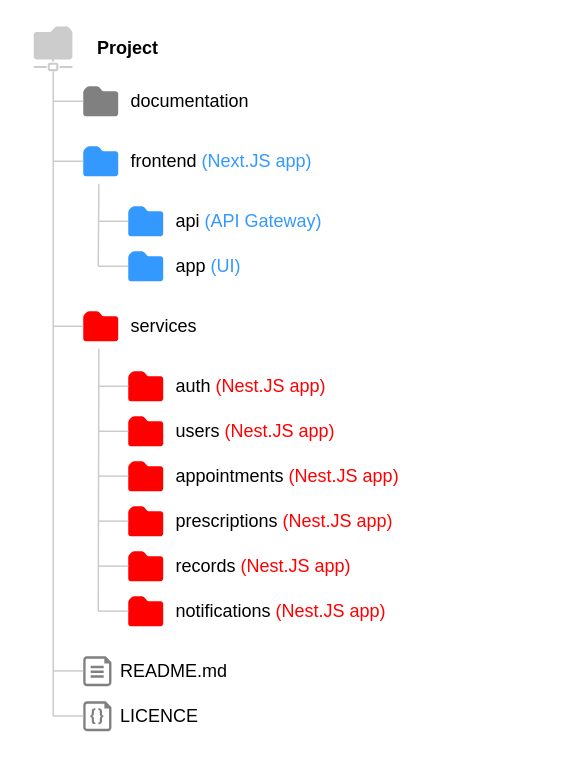
e-idrissa/sa-ass keeps this draw.io diagram as doc/diagrams/folder-structure.drawio. Above is the earlier version. Source tidied: cells renumbered, new cells numbered last; positions are measured from the earlier drawing's top-left corner, leaving out a move shared by most shapes. Both pictures are drawn from the tidied source at 150%, with x=0, y=0 at pixel (33, 26).
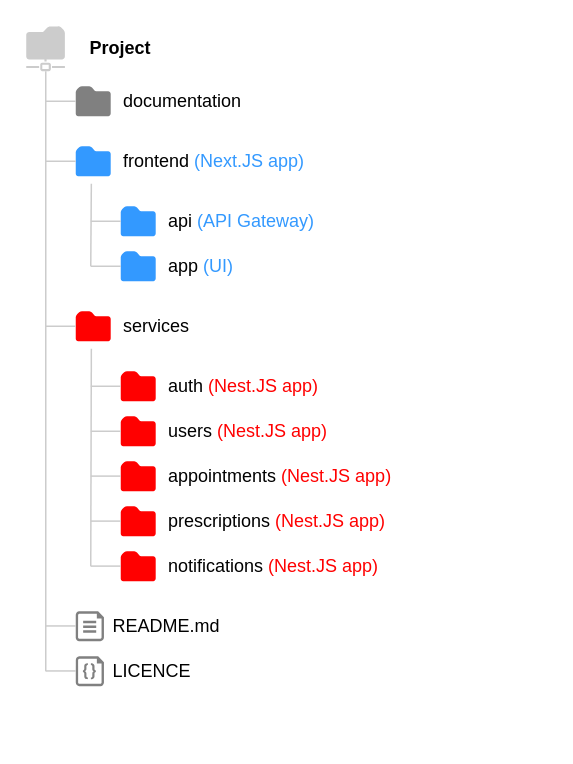
The same diagram, later.

What changed in the source:
```diff
@@
-    <mxCell id="2" style="group;" parent="1" vertex="1">
-      <mxGeometry width="343" height="475" as="geometry" />
-    </mxCell>
+    <mxCell id="47" style="group;" parent="1" vertex="1">
+      <mxGeometry x="-5" width="343" height="445" as="geometry" />
+    </mxCell>
-    <mxCell id="3" value="&lt;font face=&quot;Fira Code&quot;&gt;&lt;b&gt;Project&lt;/b&gt;&lt;/font&gt;" style="text;html=1;align=center;verticalAlign=middle;whiteSpace=wrap;rounded=0;" parent="2" vertex="1">
+    <mxCell id="3" value="&lt;font face=&quot;Fira Code&quot;&gt;&lt;b&gt;Project&lt;/b&gt;&lt;/font&gt;" style="text;html=1;align=center;verticalAlign=middle;whiteSpace=wrap;rounded=0;" parent="47" vertex="1">
       <mxGeometry x="33" width="60" height="30" as="geometry" />
     </mxCell>
-    <mxCell id="4" style="endArrow=none;html=1;rounded=0;strokeColor=#CCCCCC;" parent="2" edge="1">
+    <mxCell id="4" style="endArrow=none;html=1;rounded=0;strokeColor=#CCCCCC;" parent="47" edge="1">
       <mxGeometry relative="1" as="geometry">
-        <mxPoint x="13" y="460" as="sourcePoint" />
+        <mxPoint x="13" y="430" as="sourcePoint" />
         <mxPoint x="13" y="30" as="targetPoint" />
       </mxGeometry>
     </mxCell>
-    <mxCell id="5" style="sketch=0;shadow=0;dashed=0;html=1;strokeColor=none;labelPosition=center;verticalLabelPosition=bottom;verticalAlign=top;align=center;fillColor=#808080;shape=mxgraph.mscae.enterprise.folder;" parent="2" vertex="1">
+    <mxCell id="5" style="sketch=0;shadow=0;dashed=0;html=1;strokeColor=none;labelPosition=center;verticalLabelPosition=bottom;verticalAlign=top;align=center;fillColor=#808080;shape=mxgraph.mscae.enterprise.folder;" parent="47" vertex="1">
       <mxGeometry x="33" y="40" width="23.3" height="20" as="geometry" />
     </mxCell>
-    <mxCell id="6" style="endArrow=none;html=1;rounded=0;strokeColor=#CCCCCC;entryX=0;entryY=0.5;entryDx=0;entryDy=0;entryPerimeter=0;" parent="2" edge="1" target="5">
+    <mxCell id="6" style="endArrow=none;html=1;rounded=0;strokeColor=#CCCCCC;entryX=0;entryY=0.5;entryDx=0;entryDy=0;entryPerimeter=0;" parent="47" edge="1" target="5">
       <mxGeometry relative="1" as="geometry">
         <mxPoint x="13" y="50" as="sourcePoint" />
       </mxGeometry>
     </mxCell>
-    <mxCell id="7" value="&lt;font face=&quot;Fira Code&quot;&gt;documentation&lt;/font&gt;" style="text;html=1;align=left;verticalAlign=middle;whiteSpace=wrap;rounded=0;" parent="2" vertex="1">
+    <mxCell id="7" value="&lt;font face=&quot;Fira Code&quot;&gt;documentation&lt;/font&gt;" style="text;html=1;align=left;verticalAlign=middle;whiteSpace=wrap;rounded=0;" parent="47" vertex="1">
       <mxGeometry x="63" y="35" width="100" height="30" as="geometry" />
     </mxCell>
-    <mxCell id="8" style="sketch=0;shadow=0;dashed=0;html=1;strokeColor=none;labelPosition=center;verticalLabelPosition=bottom;verticalAlign=top;align=center;fillColor=#3399FF;shape=mxgraph.mscae.enterprise.folder;" parent="2" vertex="1">
+    <mxCell id="8" style="sketch=0;shadow=0;dashed=0;html=1;strokeColor=none;labelPosition=center;verticalLabelPosition=bottom;verticalAlign=top;align=center;fillColor=#3399FF;shape=mxgraph.mscae.enterprise.folder;" parent="47" vertex="1">
       <mxGeometry x="33" y="80" width="23.3" height="20" as="geometry" />
     </mxCell>
-    <mxCell id="9" style="endArrow=none;html=1;rounded=0;strokeColor=#CCCCCC;entryX=0;entryY=0.5;entryDx=0;entryDy=0;entryPerimeter=0;" parent="2" edge="1" target="8">
+    <mxCell id="9" style="endArrow=none;html=1;rounded=0;strokeColor=#CCCCCC;entryX=0;entryY=0.5;entryDx=0;entryDy=0;entryPerimeter=0;" parent="47" edge="1" target="8">
       <mxGeometry relative="1" as="geometry">
         <mxPoint x="13" y="90" as="sourcePoint" />
       </mxGeometry>
     </mxCell>
-    <mxCell id="10" value="&lt;font face=&quot;Fira Code&quot;&gt;frontend &lt;font style=&quot;color: rgb(51, 153, 255);&quot;&gt;(Next.JS app)&lt;/font&gt;&lt;/font&gt;" style="text;html=1;align=left;verticalAlign=middle;whiteSpace=wrap;rounded=0;" parent="2" vertex="1">
+    <mxCell id="10" value="&lt;font face=&quot;Fira Code&quot;&gt;frontend &lt;font style=&quot;color: rgb(51, 153, 255);&quot;&gt;(Next.JS app)&lt;/font&gt;&lt;/font&gt;" style="text;html=1;align=left;verticalAlign=middle;whiteSpace=wrap;rounded=0;" parent="47" vertex="1">
       <mxGeometry x="63" y="75" width="180" height="30" as="geometry" />
     </mxCell>
-    <mxCell id="11" style="endArrow=none;html=1;rounded=0;strokeColor=#CCCCCC;curved=1;" parent="2" edge="1">
+    <mxCell id="11" style="endArrow=none;html=1;rounded=0;strokeColor=#CCCCCC;curved=1;" parent="47" edge="1">
       <mxGeometry relative="1" as="geometry">
         <mxPoint x="43" y="160" as="sourcePoint" />
         <mxPoint x="43.4" y="105" as="targetPoint" />
       </mxGeometry>
     </mxCell>
-    <mxCell id="12" style="sketch=0;shadow=0;dashed=0;html=1;strokeColor=none;labelPosition=center;verticalLabelPosition=bottom;verticalAlign=top;align=center;fillColor=#3399FF;shape=mxgraph.mscae.enterprise.folder;" parent="2" vertex="1">
+    <mxCell id="12" style="sketch=0;shadow=0;dashed=0;html=1;strokeColor=none;labelPosition=center;verticalLabelPosition=bottom;verticalAlign=top;align=center;fillColor=#3399FF;shape=mxgraph.mscae.enterprise.folder;" parent="47" vertex="1">
       <mxGeometry x="63" y="120" width="23.3" height="20" as="geometry" />
     </mxCell>
-    <mxCell id="13" style="endArrow=none;html=1;rounded=0;strokeColor=#CCCCCC;entryX=0;entryY=0.5;entryDx=0;entryDy=0;entryPerimeter=0;" parent="2" edge="1" target="12">
+    <mxCell id="13" style="endArrow=none;html=1;rounded=0;strokeColor=#CCCCCC;entryX=0;entryY=0.5;entryDx=0;entryDy=0;entryPerimeter=0;" parent="47" edge="1" target="12">
       <mxGeometry relative="1" as="geometry">
         <mxPoint x="43" y="130" as="sourcePoint" />
       </mxGeometry>
     </mxCell>
-    <mxCell id="14" value="&lt;font face=&quot;Fira Code&quot;&gt;api&amp;nbsp;&lt;font style=&quot;color: rgb(51, 153, 255);&quot;&gt;(API Gateway)&lt;/font&gt;&lt;/font&gt;" style="text;html=1;align=left;verticalAlign=middle;whiteSpace=wrap;rounded=0;" parent="2" vertex="1">
+    <mxCell id="14" value="&lt;font face=&quot;Fira Code&quot;&gt;api&amp;nbsp;&lt;font style=&quot;color: rgb(51, 153, 255);&quot;&gt;(API Gateway)&lt;/font&gt;&lt;/font&gt;" style="text;html=1;align=left;verticalAlign=middle;whiteSpace=wrap;rounded=0;" parent="47" vertex="1">
       <mxGeometry x="93" y="115" width="130" height="30" as="geometry" />
     </mxCell>
-    <mxCell id="15" style="sketch=0;shadow=0;dashed=0;html=1;strokeColor=none;labelPosition=center;verticalLabelPosition=bottom;verticalAlign=top;align=center;fillColor=#3399FF;shape=mxgraph.mscae.enterprise.folder;" parent="2" vertex="1">
+    <mxCell id="15" style="sketch=0;shadow=0;dashed=0;html=1;strokeColor=none;labelPosition=center;verticalLabelPosition=bottom;verticalAlign=top;align=center;fillColor=#3399FF;shape=mxgraph.mscae.enterprise.folder;" parent="47" vertex="1">
       <mxGeometry x="63" y="150" width="23.3" height="20" as="geometry" />
     </mxCell>
-    <mxCell id="16" value="&lt;font face=&quot;Fira Code&quot;&gt;app&amp;nbsp;&lt;font style=&quot;color: rgb(51, 153, 255);&quot;&gt;(UI)&lt;/font&gt;&lt;/font&gt;" style="text;html=1;align=left;verticalAlign=middle;whiteSpace=wrap;rounded=0;" parent="2" vertex="1">
+    <mxCell id="16" value="&lt;font face=&quot;Fira Code&quot;&gt;app&amp;nbsp;&lt;font style=&quot;color: rgb(51, 153, 255);&quot;&gt;(UI)&lt;/font&gt;&lt;/font&gt;" style="text;html=1;align=left;verticalAlign=middle;whiteSpace=wrap;rounded=0;" parent="47" vertex="1">
       <mxGeometry x="93" y="145" width="180" height="30" as="geometry" />
     </mxCell>
-    <mxCell id="17" style="endArrow=none;html=1;rounded=0;strokeColor=#CCCCCC;entryX=0;entryY=0.5;entryDx=0;entryDy=0;entryPerimeter=0;" parent="2" edge="1" target="15">
+    <mxCell id="17" style="endArrow=none;html=1;rounded=0;strokeColor=#CCCCCC;entryX=0;entryY=0.5;entryDx=0;entryDy=0;entryPerimeter=0;" parent="47" edge="1" target="15">
       <mxGeometry relative="1" as="geometry">
         <mxPoint x="43" y="160" as="sourcePoint" />
       </mxGeometry>
     </mxCell>
-    <mxCell id="18" style="sketch=0;shadow=0;dashed=0;html=1;strokeColor=none;labelPosition=center;verticalLabelPosition=bottom;verticalAlign=top;align=center;fillColor=#FF0000;shape=mxgraph.mscae.enterprise.folder;" parent="2" vertex="1">
+    <mxCell id="18" style="sketch=0;shadow=0;dashed=0;html=1;strokeColor=none;labelPosition=center;verticalLabelPosition=bottom;verticalAlign=top;align=center;fillColor=#FF0000;shape=mxgraph.mscae.enterprise.folder;" parent="47" vertex="1">
       <mxGeometry x="33" y="190" width="23.3" height="20" as="geometry" />
     </mxCell>
-    <mxCell id="19" value="&lt;font face=&quot;Fira Code&quot;&gt;services&lt;/font&gt;" style="text;html=1;align=left;verticalAlign=middle;whiteSpace=wrap;rounded=0;" parent="2" vertex="1">
+    <mxCell id="19" value="&lt;font face=&quot;Fira Code&quot;&gt;services&lt;/font&gt;" style="text;html=1;align=left;verticalAlign=middle;whiteSpace=wrap;rounded=0;" parent="47" vertex="1">
       <mxGeometry x="63" y="185" width="70" height="30" as="geometry" />
     </mxCell>
-    <mxCell id="20" style="endArrow=none;html=1;rounded=0;strokeColor=#CCCCCC;curved=1;" parent="2" edge="1">
+    <mxCell id="20" style="endArrow=none;html=1;rounded=0;strokeColor=#CCCCCC;curved=1;" parent="47" edge="1">
       <mxGeometry relative="1" as="geometry">
-        <mxPoint x="43" y="390" as="sourcePoint" />
+        <mxPoint x="43" y="360" as="sourcePoint" />
         <mxPoint x="43.4" y="215" as="targetPoint" />
       </mxGeometry>
     </mxCell>
-    <mxCell id="21" style="sketch=0;shadow=0;dashed=0;html=1;strokeColor=none;labelPosition=center;verticalLabelPosition=bottom;verticalAlign=top;align=center;fillColor=#FF0000;shape=mxgraph.mscae.enterprise.folder;" parent="2" vertex="1">
+    <mxCell id="21" style="sketch=0;shadow=0;dashed=0;html=1;strokeColor=none;labelPosition=center;verticalLabelPosition=bottom;verticalAlign=top;align=center;fillColor=#FF0000;shape=mxgraph.mscae.enterprise.folder;" parent="47" vertex="1">
       <mxGeometry x="63" y="230" width="23.3" height="20" as="geometry" />
     </mxCell>
-    <mxCell id="22" style="endArrow=none;html=1;rounded=0;strokeColor=#CCCCCC;entryX=0;entryY=0.5;entryDx=0;entryDy=0;entryPerimeter=0;" parent="2" edge="1" target="21">
+    <mxCell id="22" style="endArrow=none;html=1;rounded=0;strokeColor=#CCCCCC;entryX=0;entryY=0.5;entryDx=0;entryDy=0;entryPerimeter=0;" parent="47" edge="1" target="21">
       <mxGeometry relative="1" as="geometry">
         <mxPoint x="43" y="240" as="sourcePoint" />
       </mxGeometry>
     </mxCell>
-    <mxCell id="23" value="&lt;font face=&quot;Fira Code&quot;&gt;auth&amp;nbsp;&lt;font style=&quot;color: rgb(255, 0, 0);&quot;&gt;(Nest.JS app)&lt;/font&gt;&lt;/font&gt;" style="text;html=1;align=left;verticalAlign=middle;whiteSpace=wrap;rounded=0;" parent="2" vertex="1">
+    <mxCell id="23" value="&lt;font face=&quot;Fira Code&quot;&gt;auth&amp;nbsp;&lt;font style=&quot;color: rgb(255, 0, 0);&quot;&gt;(Nest.JS app)&lt;/font&gt;&lt;/font&gt;" style="text;html=1;align=left;verticalAlign=middle;whiteSpace=wrap;rounded=0;" parent="47" vertex="1">
       <mxGeometry x="93" y="225" width="210" height="30" as="geometry" />
     </mxCell>
-    <mxCell id="24" style="sketch=0;shadow=0;dashed=0;html=1;strokeColor=none;labelPosition=center;verticalLabelPosition=bottom;verticalAlign=top;align=center;fillColor=#FF0000;shape=mxgraph.mscae.enterprise.folder;" parent="2" vertex="1">
+    <mxCell id="24" style="sketch=0;shadow=0;dashed=0;html=1;strokeColor=none;labelPosition=center;verticalLabelPosition=bottom;verticalAlign=top;align=center;fillColor=#FF0000;shape=mxgraph.mscae.enterprise.folder;" parent="47" vertex="1">
       <mxGeometry x="63" y="260" width="23.3" height="20" as="geometry" />
     </mxCell>
-    <mxCell id="25" value="&lt;font face=&quot;Fira Code&quot;&gt;users&amp;nbsp;&lt;font style=&quot;color: rgb(255, 0, 0);&quot;&gt;(Nest.JS app)&lt;/font&gt;&lt;/font&gt;" style="text;html=1;align=left;verticalAlign=middle;whiteSpace=wrap;rounded=0;" parent="2" vertex="1">
+    <mxCell id="25" value="&lt;font face=&quot;Fira Code&quot;&gt;users&amp;nbsp;&lt;font style=&quot;color: rgb(255, 0, 0);&quot;&gt;(Nest.JS app)&lt;/font&gt;&lt;/font&gt;" style="text;html=1;align=left;verticalAlign=middle;whiteSpace=wrap;rounded=0;" parent="47" vertex="1">
       <mxGeometry x="93" y="255" width="250" height="30" as="geometry" />
     </mxCell>
-    <mxCell id="26" style="endArrow=none;html=1;rounded=0;strokeColor=#CCCCCC;entryX=0;entryY=0.5;entryDx=0;entryDy=0;entryPerimeter=0;" parent="2" edge="1" target="24">
+    <mxCell id="26" style="endArrow=none;html=1;rounded=0;strokeColor=#CCCCCC;entryX=0;entryY=0.5;entryDx=0;entryDy=0;entryPerimeter=0;" parent="47" edge="1" target="24">
       <mxGeometry relative="1" as="geometry">
         <mxPoint x="43" y="270" as="sourcePoint" />
       </mxGeometry>
     </mxCell>
-    <mxCell id="27" style="endArrow=none;html=1;rounded=0;strokeColor=#CCCCCC;entryX=0;entryY=0.5;entryDx=0;entryDy=0;entryPerimeter=0;" parent="2" edge="1" target="18">
+    <mxCell id="27" style="endArrow=none;html=1;rounded=0;strokeColor=#CCCCCC;entryX=0;entryY=0.5;entryDx=0;entryDy=0;entryPerimeter=0;" parent="47" edge="1" target="18">
       <mxGeometry relative="1" as="geometry">
         <mxPoint x="13" y="200" as="sourcePoint" />
       </mxGeometry>
     </mxCell>
-    <mxCell id="28" style="sketch=0;shadow=0;dashed=0;html=1;strokeColor=none;labelPosition=center;verticalLabelPosition=bottom;verticalAlign=top;align=center;fillColor=#FF0000;shape=mxgraph.mscae.enterprise.folder;" parent="2" vertex="1">
+    <mxCell id="28" style="sketch=0;shadow=0;dashed=0;html=1;strokeColor=none;labelPosition=center;verticalLabelPosition=bottom;verticalAlign=top;align=center;fillColor=#FF0000;shape=mxgraph.mscae.enterprise.folder;" parent="47" vertex="1">
       <mxGeometry x="63" y="290" width="23.3" height="20" as="geometry" />
     </mxCell>
-    <mxCell id="29" value="&lt;font face=&quot;Fira Code&quot;&gt;appointments&amp;nbsp;&lt;font style=&quot;color: rgb(255, 0, 0);&quot;&gt;(Nest.JS app)&lt;/font&gt;&lt;/font&gt;" style="text;html=1;align=left;verticalAlign=middle;whiteSpace=wrap;rounded=0;" parent="2" vertex="1">
+    <mxCell id="29" value="&lt;font face=&quot;Fira Code&quot;&gt;appointments&amp;nbsp;&lt;font style=&quot;color: rgb(255, 0, 0);&quot;&gt;(Nest.JS app)&lt;/font&gt;&lt;/font&gt;" style="text;html=1;align=left;verticalAlign=middle;whiteSpace=wrap;rounded=0;" parent="47" vertex="1">
       <mxGeometry x="93" y="285" width="210" height="30" as="geometry" />
     </mxCell>
-    <mxCell id="30" style="sketch=0;shadow=0;dashed=0;html=1;strokeColor=none;labelPosition=center;verticalLabelPosition=bottom;verticalAlign=top;align=center;fillColor=#FF0000;shape=mxgraph.mscae.enterprise.folder;" parent="2" vertex="1">
+    <mxCell id="30" style="sketch=0;shadow=0;dashed=0;html=1;strokeColor=none;labelPosition=center;verticalLabelPosition=bottom;verticalAlign=top;align=center;fillColor=#FF0000;shape=mxgraph.mscae.enterprise.folder;" parent="47" vertex="1">
       <mxGeometry x="63" y="320" width="23.3" height="20" as="geometry" />
     </mxCell>
-    <mxCell id="31" value="&lt;font face=&quot;Fira Code&quot;&gt;prescriptions&amp;nbsp;&lt;font style=&quot;color: rgb(255, 0, 0);&quot;&gt;(Nest.JS app)&lt;/font&gt;&lt;/font&gt;" style="text;html=1;align=left;verticalAlign=middle;whiteSpace=wrap;rounded=0;" parent="2" vertex="1">
+    <mxCell id="31" value="&lt;font face=&quot;Fira Code&quot;&gt;prescriptions&amp;nbsp;&lt;font style=&quot;color: rgb(255, 0, 0);&quot;&gt;(Nest.JS app)&lt;/font&gt;&lt;/font&gt;" style="text;html=1;align=left;verticalAlign=middle;whiteSpace=wrap;rounded=0;" parent="47" vertex="1">
       <mxGeometry x="93" y="315" width="250" height="30" as="geometry" />
     </mxCell>
-    <mxCell id="32" style="sketch=0;shadow=0;dashed=0;html=1;strokeColor=none;labelPosition=center;verticalLabelPosition=bottom;verticalAlign=top;align=center;fillColor=#FF0000;shape=mxgraph.mscae.enterprise.folder;" parent="2" vertex="1">
+    <mxCell id="32" style="sketch=0;shadow=0;dashed=0;html=1;strokeColor=none;labelPosition=center;verticalLabelPosition=bottom;verticalAlign=top;align=center;fillColor=#FF0000;shape=mxgraph.mscae.enterprise.folder;" parent="47" vertex="1">
       <mxGeometry x="63" y="350" width="23.3" height="20" as="geometry" />
     </mxCell>
-    <mxCell id="33" value="&lt;font face=&quot;Fira Code&quot;&gt;records&amp;nbsp;&lt;font style=&quot;color: rgb(255, 0, 0);&quot;&gt;(Nest.JS app)&lt;/font&gt;&lt;/font&gt;" style="text;html=1;align=left;verticalAlign=middle;whiteSpace=wrap;rounded=0;" parent="2" vertex="1">
-      <mxGeometry x="93" y="345" width="210" height="30" as="geometry" />
-    </mxCell>
-    <mxCell id="34" style="sketch=0;shadow=0;dashed=0;html=1;strokeColor=none;labelPosition=center;verticalLabelPosition=bottom;verticalAlign=top;align=center;fillColor=#FF0000;shape=mxgraph.mscae.enterprise.folder;" parent="2" vertex="1">
-      <mxGeometry x="63" y="380" width="23.3" height="20" as="geometry" />
-    </mxCell>
-    <mxCell id="35" value="&lt;font face=&quot;Fira Code&quot;&gt;notifications&amp;nbsp;&lt;font style=&quot;color: rgb(255, 0, 0);&quot;&gt;(Nest.JS app)&lt;/font&gt;&lt;/font&gt;" style="text;html=1;align=left;verticalAlign=middle;whiteSpace=wrap;rounded=0;" parent="2" vertex="1">
-      <mxGeometry x="93" y="375" width="250" height="30" as="geometry" />
+    <mxCell id="35" value="&lt;font face=&quot;Fira Code&quot;&gt;notifications&amp;nbsp;&lt;font style=&quot;color: rgb(255, 0, 0);&quot;&gt;(Nest.JS app)&lt;/font&gt;&lt;/font&gt;" style="text;html=1;align=left;verticalAlign=middle;whiteSpace=wrap;rounded=0;" parent="47" vertex="1">
+      <mxGeometry x="93" y="345" width="250" height="30" as="geometry" />
     </mxCell>
-    <mxCell id="36" style="endArrow=none;html=1;rounded=0;strokeColor=#CCCCCC;entryX=0;entryY=0.5;entryDx=0;entryDy=0;entryPerimeter=0;" parent="2" edge="1">
+    <mxCell id="36" style="endArrow=none;html=1;rounded=0;strokeColor=#CCCCCC;entryX=0;entryY=0.5;entryDx=0;entryDy=0;entryPerimeter=0;" parent="47" edge="1">
       <mxGeometry relative="1" as="geometry">
         <mxPoint x="43" y="299.9" as="sourcePoint" />
         <mxPoint x="63" y="299.9" as="targetPoint" />
       </mxGeometry>
     </mxCell>
-    <mxCell id="37" style="endArrow=none;html=1;rounded=0;strokeColor=#CCCCCC;entryX=0;entryY=0.5;entryDx=0;entryDy=0;entryPerimeter=0;" parent="2" edge="1">
+    <mxCell id="37" style="endArrow=none;html=1;rounded=0;strokeColor=#CCCCCC;entryX=0;entryY=0.5;entryDx=0;entryDy=0;entryPerimeter=0;" parent="47" edge="1">
       <mxGeometry relative="1" as="geometry">
         <mxPoint x="43" y="329.9" as="sourcePoint" />
         <mxPoint x="63" y="329.9" as="targetPoint" />
       </mxGeometry>
     </mxCell>
-    <mxCell id="38" style="endArrow=none;html=1;rounded=0;strokeColor=#CCCCCC;entryX=0;entryY=0.5;entryDx=0;entryDy=0;entryPerimeter=0;" parent="2" edge="1">
+    <mxCell id="38" style="endArrow=none;html=1;rounded=0;strokeColor=#CCCCCC;entryX=0;entryY=0.5;entryDx=0;entryDy=0;entryPerimeter=0;" parent="47" edge="1">
       <mxGeometry relative="1" as="geometry">
         <mxPoint x="43" y="359.9" as="sourcePoint" />
         <mxPoint x="63" y="359.9" as="targetPoint" />
       </mxGeometry>
     </mxCell>
-    <mxCell id="39" style="endArrow=none;html=1;rounded=0;strokeColor=#CCCCCC;entryX=0;entryY=0.5;entryDx=0;entryDy=0;entryPerimeter=0;" parent="2" edge="1">
-      <mxGeometry relative="1" as="geometry">
-        <mxPoint x="43" y="389.9" as="sourcePoint" />
-        <mxPoint x="63" y="389.9" as="targetPoint" />
-      </mxGeometry>
-    </mxCell>
-    <mxCell id="40" value="&lt;font face=&quot;Fira Code&quot;&gt;README.md&lt;/font&gt;" style="text;html=1;align=left;verticalAlign=middle;whiteSpace=wrap;rounded=0;" parent="2" vertex="1">
-      <mxGeometry x="56.3" y="415" width="70" height="30" as="geometry" />
+    <mxCell id="40" value="&lt;font face=&quot;Fira Code&quot;&gt;README.md&lt;/font&gt;" style="text;html=1;align=left;verticalAlign=middle;whiteSpace=wrap;rounded=0;" parent="47" vertex="1">
+      <mxGeometry x="56.3" y="385" width="70" height="30" as="geometry" />
     </mxCell>
-    <mxCell id="41" value="&lt;font face=&quot;Fira Code&quot;&gt;LICENCE&lt;/font&gt;" style="text;html=1;align=left;verticalAlign=middle;whiteSpace=wrap;rounded=0;" parent="2" vertex="1">
-      <mxGeometry x="56.3" y="445" width="70" height="30" as="geometry" />
+    <mxCell id="41" value="&lt;font face=&quot;Fira Code&quot;&gt;LICENCE&lt;/font&gt;" style="text;html=1;align=left;verticalAlign=middle;whiteSpace=wrap;rounded=0;" parent="47" vertex="1">
+      <mxGeometry x="56.3" y="415" width="70" height="30" as="geometry" />
     </mxCell>
-    <mxCell id="42" style="sketch=0;shadow=0;dashed=0;html=1;strokeColor=none;labelPosition=center;verticalLabelPosition=bottom;verticalAlign=top;align=center;fillColor=#808080;shape=mxgraph.azure.code_file;" parent="2" vertex="1">
-      <mxGeometry x="33" y="450" width="18.8" height="20" as="geometry" />
+    <mxCell id="42" style="sketch=0;shadow=0;dashed=0;html=1;strokeColor=none;labelPosition=center;verticalLabelPosition=bottom;verticalAlign=top;align=center;fillColor=#808080;shape=mxgraph.azure.code_file;" parent="47" vertex="1">
+      <mxGeometry x="33" y="420" width="18.8" height="20" as="geometry" />
     </mxCell>
-    <mxCell id="43" style="sketch=0;shadow=0;dashed=0;html=1;strokeColor=none;labelPosition=center;verticalLabelPosition=bottom;verticalAlign=top;align=center;fillColor=#808080;shape=mxgraph.azure.file;" parent="2" vertex="1">
-      <mxGeometry x="33" y="420" width="18.8" height="20" as="geometry" />
+    <mxCell id="43" style="sketch=0;shadow=0;dashed=0;html=1;strokeColor=none;labelPosition=center;verticalLabelPosition=bottom;verticalAlign=top;align=center;fillColor=#808080;shape=mxgraph.azure.file;" parent="47" vertex="1">
+      <mxGeometry x="33" y="390" width="18.8" height="20" as="geometry" />
     </mxCell>
-    <mxCell id="44" style="endArrow=none;html=1;rounded=0;strokeColor=#CCCCCC;entryX=0;entryY=0.5;entryDx=0;entryDy=0;entryPerimeter=0;" parent="2" edge="1">
+    <mxCell id="44" style="endArrow=none;html=1;rounded=0;strokeColor=#CCCCCC;entryX=0;entryY=0.5;entryDx=0;entryDy=0;entryPerimeter=0;" parent="47" edge="1">
       <mxGeometry relative="1" as="geometry">
-        <mxPoint x="13" y="429.8" as="sourcePoint" />
-        <mxPoint x="33" y="429.8" as="targetPoint" />
+        <mxPoint x="13" y="399.8" as="sourcePoint" />
+        <mxPoint x="33" y="399.8" as="targetPoint" />
       </mxGeometry>
     </mxCell>
-    <mxCell id="45" style="endArrow=none;html=1;rounded=0;strokeColor=#CCCCCC;entryX=0;entryY=0.5;entryDx=0;entryDy=0;entryPerimeter=0;" parent="2" edge="1">
+    <mxCell id="45" style="endArrow=none;html=1;rounded=0;strokeColor=#CCCCCC;entryX=0;entryY=0.5;entryDx=0;entryDy=0;entryPerimeter=0;" parent="47" edge="1">
       <mxGeometry relative="1" as="geometry">
-        <mxPoint x="13" y="459.8" as="sourcePoint" />
-        <mxPoint x="33" y="459.8" as="targetPoint" />
+        <mxPoint x="13" y="429.8" as="sourcePoint" />
+        <mxPoint x="33" y="429.8" as="targetPoint" />
       </mxGeometry>
     </mxCell>
-    <mxCell id="46" style="sketch=0;shadow=0;dashed=0;html=1;strokeColor=none;labelPosition=center;verticalLabelPosition=bottom;verticalAlign=top;align=center;fillColor=light-dark(#CCCCCC,#BFD3FF);shape=mxgraph.mscae.enterprise.shared_folder;" parent="2" vertex="1">
+    <mxCell id="46" style="sketch=0;shadow=0;dashed=0;html=1;strokeColor=none;labelPosition=center;verticalLabelPosition=bottom;verticalAlign=top;align=center;fillColor=light-dark(#CCCCCC,#BFD3FF);shape=mxgraph.mscae.enterprise.shared_folder;" parent="47" vertex="1">
       <mxGeometry width="25.8" height="30" as="geometry" />
     </mxCell>
```
